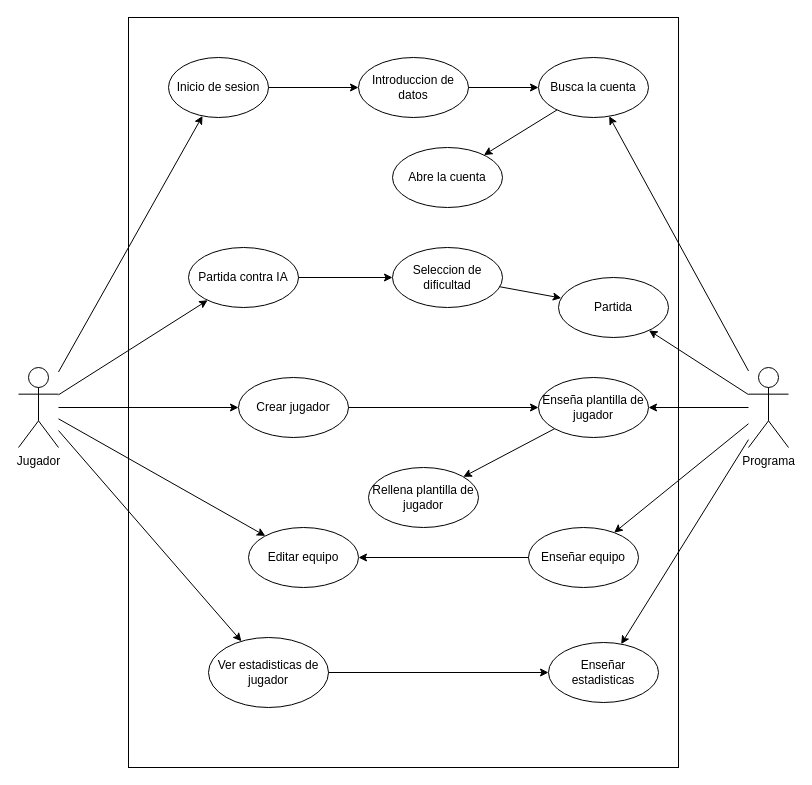
Earlier version of the draw.io diagram Documentacion/Diagrama de uso.drawio (ManuLazaro/TrabajoProgramacion). Source tidied: cells renumbered, new cells numbered last; positions are measured from the earlier drawing's top-left corner, leaving out a move shared by most shapes. Both pictures are drawn from the tidied source at 100%, with x=0, y=0 at pixel (18, 17).
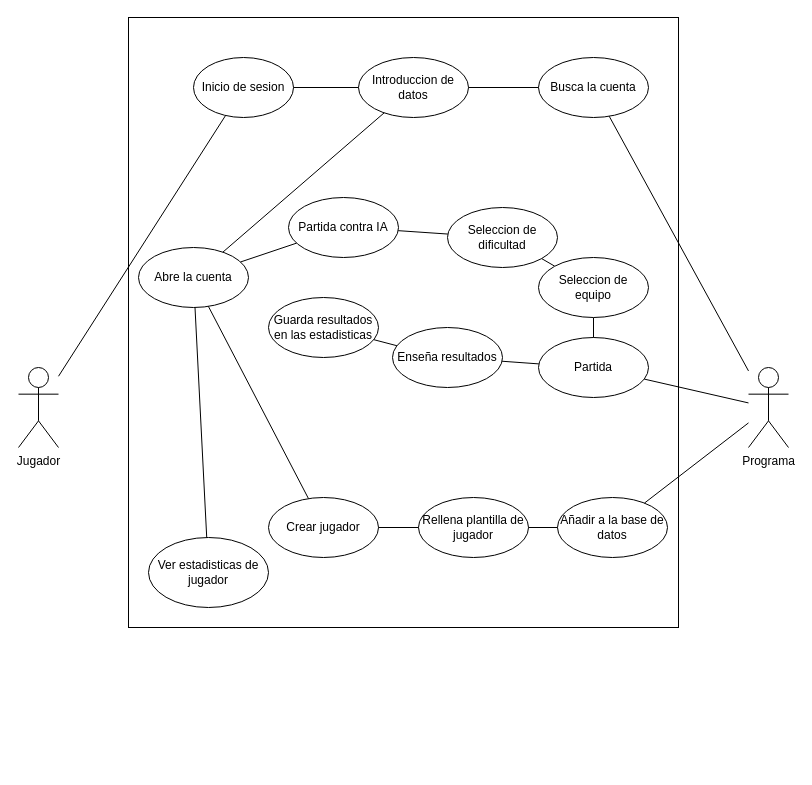
After the change.

Unchanged cells that the change refers to:
```xml
<mxCell id="2" value="Jugador" style="shape=umlActor;verticalLabelPosition=bottom;verticalAlign=top;html=1;outlineConnect=0;" parent="1" vertex="1">
  <mxGeometry y="350" width="40" height="80" as="geometry" />
</mxCell>
<mxCell id="3" value="Programa" style="shape=umlActor;verticalLabelPosition=bottom;verticalAlign=top;html=1;outlineConnect=0;align=center;horizontal=1;" parent="1" vertex="1">
  <mxGeometry x="730" y="350" width="40" height="80" as="geometry" />
</mxCell>
<mxCell id="10" value="Introduccion de datos" style="ellipse;whiteSpace=wrap;html=1;" parent="1" vertex="1">
  <mxGeometry x="340" y="40" width="110" height="60" as="geometry" />
</mxCell>
<mxCell id="11" value="Busca la cuenta" style="ellipse;whiteSpace=wrap;html=1;" parent="1" vertex="1">
  <mxGeometry x="520" y="40" width="110" height="60" as="geometry" />
</mxCell>
```

Diff of the diagram source:
```diff
@@
     <mxCell id="4" style="rounded=0;whiteSpace=wrap;html=1;" parent="1" vertex="1">
-      <mxGeometry x="110" width="550" height="750" as="geometry" />
+      <mxGeometry x="110" width="550" height="610" as="geometry" />
     </mxCell>
     <mxCell id="5" value="Inicio de sesion" style="ellipse;whiteSpace=wrap;html=1;" parent="1" vertex="1">
-      <mxGeometry x="150" y="40" width="100" height="60" as="geometry" />
+      <mxGeometry x="175" y="40" width="100" height="60" as="geometry" />
     </mxCell>
     <mxCell id="6" value="Partida contra IA" style="ellipse;whiteSpace=wrap;html=1;" parent="1" vertex="1">
-      <mxGeometry x="170" y="230" width="110" height="60" as="geometry" />
+      <mxGeometry x="270" y="180" width="110" height="60" as="geometry" />
     </mxCell>
     <mxCell id="7" value="Crear jugador" style="ellipse;whiteSpace=wrap;html=1;" parent="1" vertex="1">
-      <mxGeometry x="220" y="360" width="110" height="60" as="geometry" />
+      <mxGeometry x="250" y="480" width="110" height="60" as="geometry" />
     </mxCell>
-    <mxCell id="8" value="Editar equipo" style="ellipse;whiteSpace=wrap;html=1;" parent="1" vertex="1">
-      <mxGeometry x="230" y="510" width="110" height="60" as="geometry" />
-    </mxCell>
     <mxCell id="9" value="Ver estadisticas de jugador" style="ellipse;whiteSpace=wrap;html=1;" parent="1" vertex="1">
-      <mxGeometry x="190" y="620" width="120" height="70" as="geometry" />
+      <mxGeometry x="130" y="520" width="120" height="70" as="geometry" />
     </mxCell>
@@
     <mxCell id="12" value="Abre la cuenta" style="ellipse;whiteSpace=wrap;html=1;" parent="1" vertex="1">
-      <mxGeometry x="374" y="130" width="110" height="60" as="geometry" />
+      <mxGeometry x="120" y="230" width="110" height="60" as="geometry" />
     </mxCell>
+    <mxCell id="17" value="Seleccion de dificultad" style="ellipse;whiteSpace=wrap;html=1;" parent="1" vertex="1">
+      <mxGeometry x="429" y="190" width="110" height="60" as="geometry" />
+    </mxCell>
+    <mxCell id="18" value="Partida" style="ellipse;whiteSpace=wrap;html=1;" parent="1" vertex="1">
+      <mxGeometry x="520" y="320" width="110" height="60" as="geometry" />
+    </mxCell>
+    <mxCell id="25" value="Rellena plantilla de jugador" style="ellipse;whiteSpace=wrap;html=1;" parent="1" vertex="1">
+      <mxGeometry x="400" y="480" width="110" height="60" as="geometry" />
+    </mxCell>
+    <mxCell id="21" style="endArrow=none;html=1;rounded=0;" parent="1" edge="1" source="2" target="5">
+      <mxGeometry relative="1" as="geometry" />
+    </mxCell>
-    <mxCell id="13" style="endArrow=classic;html=1;rounded=0;" parent="1" edge="1" source="5" target="10">
+    <mxCell id="13" style="endArrow=none;html=1;rounded=0;" parent="1" edge="1" source="5" target="10">
       <mxGeometry relative="1" as="geometry" />
     </mxCell>
-    <mxCell id="14" style="endArrow=classic;html=1;rounded=0;" parent="1" edge="1" source="10" target="11">
+    <mxCell id="14" style="endArrow=none;html=1;rounded=0;" parent="1" edge="1" source="10" target="11">
       <mxGeometry relative="1" as="geometry" />
     </mxCell>
-    <mxCell id="15" style="endArrow=classic;html=1;rounded=0;" parent="1" edge="1" source="11" target="12">
-      <mxGeometry relative="1" as="geometry" />
-    </mxCell>
+    <mxCell id="38" style="endArrow=none;html=1;rounded=0;" parent="1" edge="1" source="12" target="10">
+      <mxGeometry relative="1" as="geometry" />
+    </mxCell>
-    <mxCell id="16" style="endArrow=classic;html=1;rounded=0;" parent="1" edge="1" source="3" target="11">
+    <mxCell id="16" style="endArrow=none;html=1;rounded=0;" parent="1" edge="1" source="3" target="11">
       <mxGeometry relative="1" as="geometry" />
     </mxCell>
-    <mxCell id="17" value="Seleccion de dificultad" style="ellipse;whiteSpace=wrap;html=1;" parent="1" vertex="1">
-      <mxGeometry x="374" y="230" width="110" height="60" as="geometry" />
-    </mxCell>
-    <mxCell id="18" value="Partida" style="ellipse;whiteSpace=wrap;html=1;" parent="1" vertex="1">
-      <mxGeometry x="540" y="260" width="110" height="60" as="geometry" />
-    </mxCell>
+    <mxCell id="39" style="endArrow=none;html=1;rounded=0;" parent="1" edge="1" source="12" target="6">
+      <mxGeometry relative="1" as="geometry" />
+    </mxCell>
-    <mxCell id="19" style="endArrow=classic;html=1;rounded=0;" parent="1" edge="1" source="6" target="17">
+    <mxCell id="19" style="endArrow=none;html=1;rounded=0;" parent="1" edge="1" source="6" target="17">
       <mxGeometry relative="1" as="geometry" />
     </mxCell>
-    <mxCell id="20" style="endArrow=classic;html=1;rounded=0;" parent="1" edge="1" source="17" target="18">
-      <mxGeometry relative="1" as="geometry" />
-    </mxCell>
-    <mxCell id="21" style="endArrow=classic;html=1;rounded=0;" parent="1" edge="1" source="2" target="5">
-      <mxGeometry relative="1" as="geometry" />
-    </mxCell>
+    <mxCell id="40" style="endArrow=none;html=1;rounded=0;" parent="1" edge="1" source="52" target="18">
+      <mxGeometry relative="1" as="geometry" />
+    </mxCell>
+    <mxCell id="41" style="endArrow=none;html=1;rounded=0;" parent="1" edge="1" source="12" target="7">
+      <mxGeometry relative="1" as="geometry" />
+    </mxCell>
+    <mxCell id="42" style="endArrow=none;html=1;rounded=0;" parent="1" edge="1" source="25" target="7">
+      <mxGeometry relative="1" as="geometry" />
+    </mxCell>
+    <mxCell id="43" style="endArrow=none;html=1;rounded=0;" parent="1" edge="1" source="12" target="9">
+      <mxGeometry relative="1" as="geometry" />
+    </mxCell>
+    <mxCell id="44" value="Añadir a la base de datos" style="ellipse;whiteSpace=wrap;html=1;" parent="1" vertex="1">
+      <mxGeometry x="539" y="480" width="110" height="60" as="geometry" />
+    </mxCell>
+    <mxCell id="45" style="endArrow=none;html=1;rounded=0;" parent="1" edge="1" source="25" target="44">
+      <mxGeometry relative="1" as="geometry" />
+    </mxCell>
+    <mxCell id="46" style="endArrow=none;html=1;rounded=0;startArrow=none;" parent="1" edge="1" source="44" target="3">
+      <mxGeometry relative="1" as="geometry" />
+    </mxCell>
+    <mxCell id="47" style="endArrow=none;html=1;rounded=0;" parent="1" edge="1" source="17" target="52">
+      <mxGeometry relative="1" as="geometry" />
+    </mxCell>
+    <mxCell id="48" value="Enseña resultados" style="ellipse;whiteSpace=wrap;html=1;" parent="1" vertex="1">
+      <mxGeometry x="374" y="310" width="110" height="60" as="geometry" />
+    </mxCell>
+    <mxCell id="49" value="Guarda resultados en las estadisticas" style="ellipse;whiteSpace=wrap;html=1;" parent="1" vertex="1">
+      <mxGeometry x="250" y="280" width="110" height="60" as="geometry" />
+    </mxCell>
+    <mxCell id="50" style="endArrow=none;html=1;rounded=0;" parent="1" edge="1" source="18" target="48">
+      <mxGeometry relative="1" as="geometry" />
+    </mxCell>
+    <mxCell id="51" style="endArrow=none;html=1;rounded=0;" parent="1" edge="1" source="48" target="49">
+      <mxGeometry relative="1" as="geometry" />
+    </mxCell>
-    <mxCell id="22" style="endArrow=classic;html=1;rounded=0;" parent="1" edge="1" source="3" target="18">
+    <mxCell id="22" style="endArrow=none;html=1;rounded=0;" parent="1" edge="1" source="3" target="18">
       <mxGeometry relative="1" as="geometry" />
     </mxCell>
-    <mxCell id="23" value="Enseña plantilla de jugador" style="ellipse;whiteSpace=wrap;html=1;" parent="1" vertex="1">
-      <mxGeometry x="520" y="360" width="110" height="60" as="geometry" />
-    </mxCell>
-    <mxCell id="24" style="endArrow=classic;html=1;rounded=0;" parent="1" edge="1" source="3" target="23">
-      <mxGeometry relative="1" as="geometry" />
-    </mxCell>
-    <mxCell id="25" value="Rellena plantilla de jugador" style="ellipse;whiteSpace=wrap;html=1;" parent="1" vertex="1">
-      <mxGeometry x="350" y="450" width="110" height="60" as="geometry" />
-    </mxCell>
-    <mxCell id="26" style="endArrow=classic;html=1;rounded=0;" parent="1" edge="1" source="7" target="23">
-      <mxGeometry relative="1" as="geometry" />
-    </mxCell>
-    <mxCell id="27" style="endArrow=classic;html=1;rounded=0;exitX=0;exitY=1;exitDx=0;exitDy=0;" parent="1" edge="1" source="23" target="25">
-      <mxGeometry relative="1" as="geometry" />
-    </mxCell>
-    <mxCell id="28" value="Enseñar equipo" style="ellipse;whiteSpace=wrap;html=1;" parent="1" vertex="1">
-      <mxGeometry x="510" y="510" width="110" height="60" as="geometry" />
-    </mxCell>
-    <mxCell id="29" style="endArrow=classic;html=1;rounded=0;" parent="1" edge="1" source="3" target="28">
-      <mxGeometry relative="1" as="geometry" />
-    </mxCell>
-    <mxCell id="30" value="Enseñar estadisticas" style="ellipse;whiteSpace=wrap;html=1;" parent="1" vertex="1">
-      <mxGeometry x="530" y="625" width="110" height="60" as="geometry" />
-    </mxCell>
-    <mxCell id="31" style="endArrow=classic;html=1;rounded=0;" parent="1" edge="1" source="3" target="30">
-      <mxGeometry relative="1" as="geometry" />
-    </mxCell>
-    <mxCell id="32" style="endArrow=classic;html=1;rounded=0;" parent="1" edge="1" source="9" target="30">
-      <mxGeometry relative="1" as="geometry" />
-    </mxCell>
-    <mxCell id="33" style="endArrow=classic;html=1;rounded=0;" parent="1" edge="1" source="28" target="8">
-      <mxGeometry relative="1" as="geometry" />
-    </mxCell>
-    <mxCell id="34" style="endArrow=classic;html=1;rounded=0;" parent="1" edge="1" source="2" target="6">
-      <mxGeometry relative="1" as="geometry" />
-    </mxCell>
-    <mxCell id="35" style="endArrow=classic;html=1;rounded=0;" parent="1" edge="1" source="2" target="7">
-      <mxGeometry relative="1" as="geometry" />
-    </mxCell>
-    <mxCell id="36" style="endArrow=classic;html=1;rounded=0;" parent="1" edge="1" source="2" target="8">
-      <mxGeometry relative="1" as="geometry" />
-    </mxCell>
-    <mxCell id="37" style="endArrow=classic;html=1;rounded=0;" parent="1" edge="1" source="2" target="9">
-      <mxGeometry relative="1" as="geometry" />
-    </mxCell>
+    <mxCell id="52" value="Seleccion de equipo" style="ellipse;whiteSpace=wrap;html=1;" parent="1" vertex="1">
+      <mxGeometry x="520" y="240" width="110" height="60" as="geometry" />
+    </mxCell>
```
